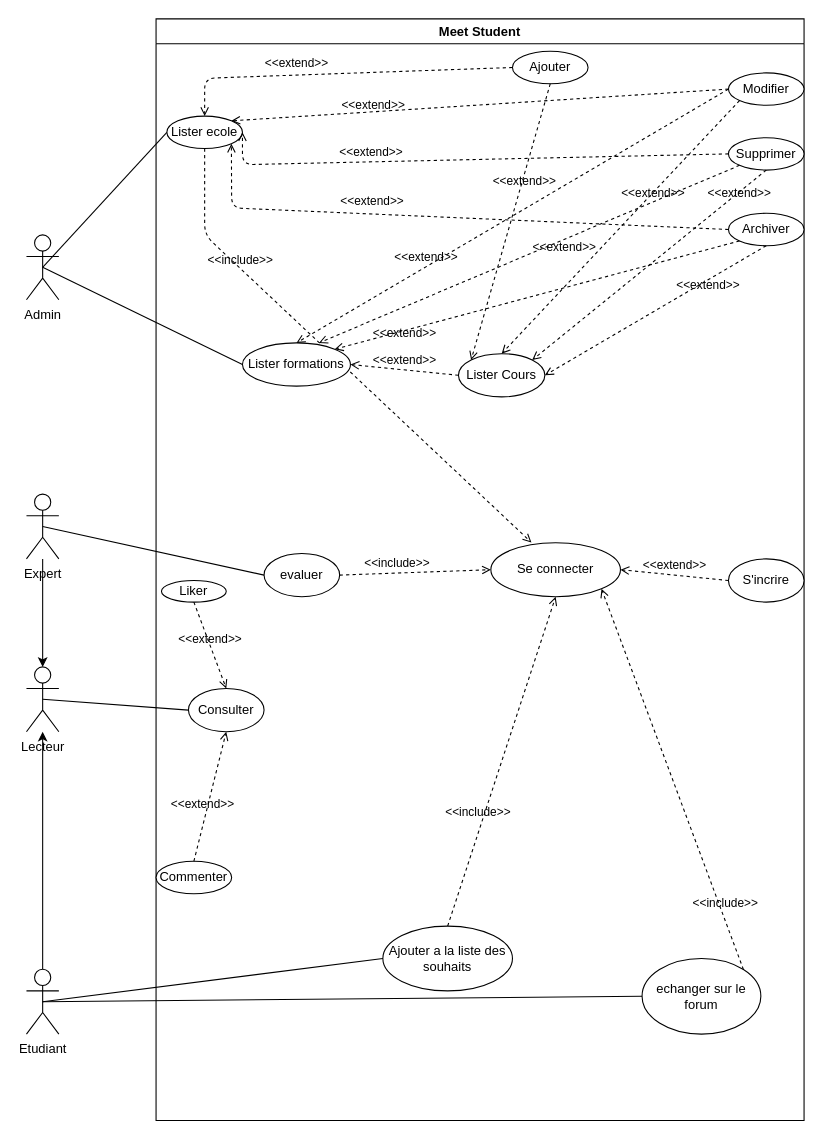
Before: UseCaseDiagram.drawio in ibrahima-isi/meet-student, a draw.io diagram. Source tidied: cells renumbered, new cells numbered last; positions are measured from the earlier drawing's top-left corner, leaving out a move shared by most shapes. Both pictures are drawn from the tidied source at 108%, with x=0, y=0 at pixel (26, 18).
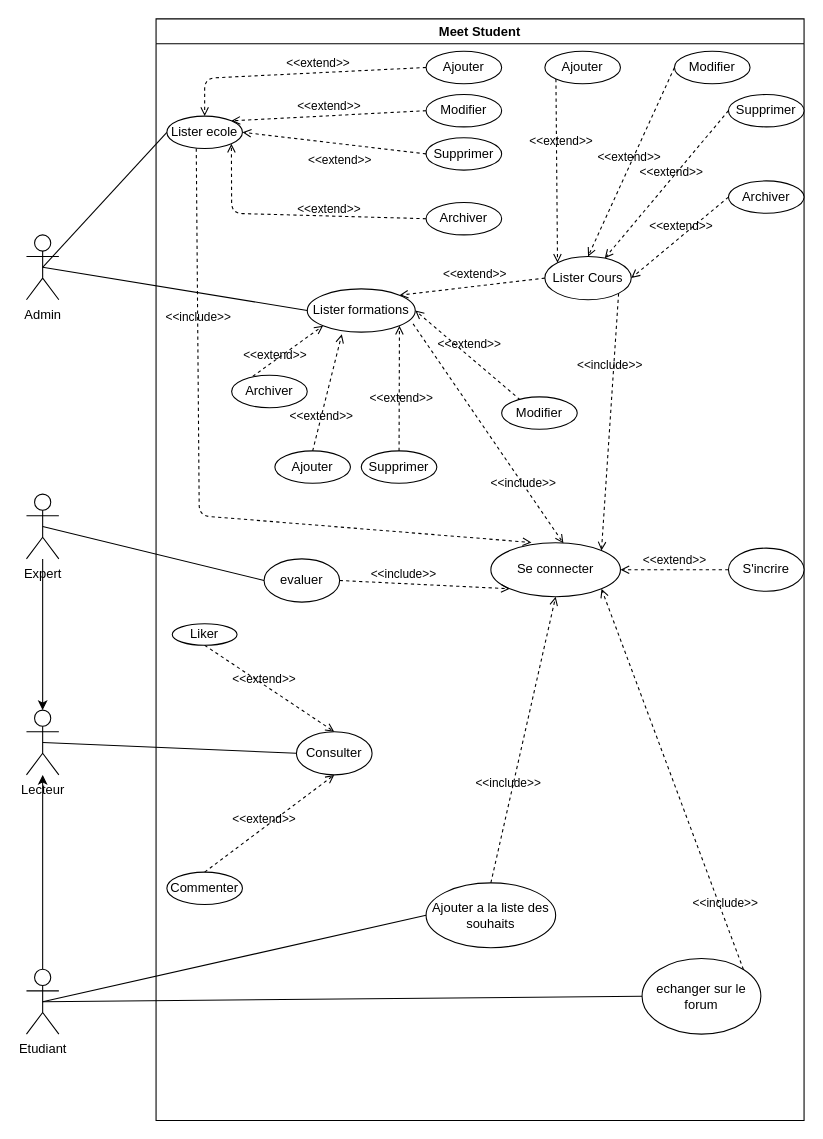
The same diagram, later.

Commit message (it also covers changes not shown here):
Updating the use case diagram: pdf and png file added

Unchanged cells that the change refers to:
```xml
<mxCell id="2" value="Meet Student" style="swimlane;whiteSpace=wrap;html=1;" parent="1" vertex="1">
  <mxGeometry x="120" width="600" height="1020" as="geometry" />
</mxCell>
<mxCell id="4" value="Se connecter" style="ellipse;whiteSpace=wrap;html=1;" parent="2" vertex="1">
  <mxGeometry x="310" y="485" width="120" height="50" as="geometry" />
</mxCell>
<mxCell id="8" value="Lister ecole" style="ellipse;whiteSpace=wrap;html=1;" parent="2" vertex="1">
  <mxGeometry x="10" y="90" width="70" height="30" as="geometry" />
</mxCell>
```

What changed in the source:
```diff
@@
     <mxCell id="3" value="Ajouter" style="ellipse;whiteSpace=wrap;html=1;" parent="2" vertex="1">
-      <mxGeometry x="330" y="30" width="70" height="30" as="geometry" />
+      <mxGeometry x="250" y="30" width="70" height="30" as="geometry" />
     </mxCell>
@@
     <mxCell id="5" value="Modifier" style="ellipse;whiteSpace=wrap;html=1;" parent="2" vertex="1">
-      <mxGeometry x="530" y="50" width="70" height="30" as="geometry" />
+      <mxGeometry x="250" y="70" width="70" height="30" as="geometry" />
     </mxCell>
     <mxCell id="6" value="Supprimer" style="ellipse;whiteSpace=wrap;html=1;" parent="2" vertex="1">
-      <mxGeometry x="530" y="110" width="70" height="30" as="geometry" />
+      <mxGeometry x="250" y="110" width="70" height="30" as="geometry" />
     </mxCell>
     <mxCell id="7" value="Archiver" style="ellipse;whiteSpace=wrap;html=1;" parent="2" vertex="1">
-      <mxGeometry x="530" y="180" width="70" height="30" as="geometry" />
+      <mxGeometry x="250" y="170" width="70" height="30" as="geometry" />
     </mxCell>
@@
-    <mxCell id="9" value="&amp;lt;&amp;lt;include&amp;gt;&amp;gt;" style="html=1;verticalAlign=bottom;labelBackgroundColor=none;endArrow=open;endFill=0;dashed=1;exitX=0.5;exitY=1;exitDx=0;exitDy=0;entryX=0.313;entryY=-0.004;entryDx=0;entryDy=0;entryPerimeter=0;" parent="2" edge="1" source="8" target="4">
+    <mxCell id="9" value="&amp;lt;&amp;lt;include&amp;gt;&amp;gt;" style="html=1;verticalAlign=bottom;labelBackgroundColor=none;endArrow=open;endFill=0;dashed=1;exitX=0.389;exitY=1;exitDx=0;exitDy=0;entryX=0.313;entryY=-0.004;entryDx=0;entryDy=0;entryPerimeter=0;exitPerimeter=0;" parent="2" edge="1" source="8" target="4">
       <mxGeometry x="-0.49" relative="1" as="geometry">
         <Array as="points">
-          <mxPoint x="45" y="200" />
+          <mxPoint x="40" y="460" />
         </Array>
       </mxGeometry>
     </mxCell>
     <mxCell id="10" value="Consulter" style="ellipse;whiteSpace=wrap;html=1;" parent="2" vertex="1">
-      <mxGeometry x="30" y="620" width="70" height="40" as="geometry" />
+      <mxGeometry x="130" y="660" width="70" height="40" as="geometry" />
     </mxCell>
     <mxCell id="11" value="Ajouter a la liste des souhaits" style="ellipse;whiteSpace=wrap;html=1;" parent="2" vertex="1">
-      <mxGeometry x="210" y="840" width="120" height="60" as="geometry" />
+      <mxGeometry x="250" y="800" width="120" height="60" as="geometry" />
     </mxCell>
     <mxCell id="12" value="evaluer" style="ellipse;whiteSpace=wrap;html=1;" parent="2" vertex="1">
-      <mxGeometry x="100" y="495" width="70" height="40" as="geometry" />
+      <mxGeometry x="100" y="500" width="70" height="40" as="geometry" />
     </mxCell>
     <mxCell id="13" value="S'incrire" style="ellipse;whiteSpace=wrap;html=1;" parent="2" vertex="1">
-      <mxGeometry x="530" y="500" width="70" height="40" as="geometry" />
+      <mxGeometry x="530" y="490" width="70" height="40" as="geometry" />
     </mxCell>
@@
     <mxCell id="16" value="&amp;lt;&amp;lt;extend&amp;gt;&amp;gt;" style="html=1;verticalAlign=bottom;labelBackgroundColor=none;endArrow=open;endFill=0;dashed=1;exitX=0;exitY=0.5;exitDx=0;exitDy=0;entryX=0.5;entryY=0;entryDx=0;entryDy=0;" parent="2" edge="1" source="3" target="8">
-      <mxGeometry x="0.25" y="-2" relative="1" as="geometry">
+      <mxGeometry x="-0.17" relative="1" as="geometry">
         <Array as="points">
           <mxPoint x="45" y="55" />
         </Array>
       </mxGeometry>
     </mxCell>
     <mxCell id="17" value="&amp;lt;&amp;lt;extend&amp;gt;&amp;gt;" style="html=1;verticalAlign=bottom;labelBackgroundColor=none;endArrow=open;endFill=0;dashed=1;entryX=1;entryY=0;entryDx=0;entryDy=0;exitX=0;exitY=0.5;exitDx=0;exitDy=0;" parent="2" edge="1" source="5" target="8">
-      <mxGeometry x="0.43" y="3" relative="1" as="geometry" />
+      <mxGeometry relative="1" as="geometry" />
     </mxCell>
     <mxCell id="18" value="&amp;lt;&amp;lt;extend&amp;gt;&amp;gt;" style="html=1;verticalAlign=bottom;labelBackgroundColor=none;endArrow=open;endFill=0;dashed=1;entryX=1;entryY=0.5;entryDx=0;entryDy=0;exitX=0;exitY=0.5;exitDx=0;exitDy=0;" parent="2" edge="1" source="6" target="8">
-      <mxGeometry x="0.38" relative="1" as="geometry">
-        <Array as="points">
-          <mxPoint x="80" y="135" />
-        </Array>
-      </mxGeometry>
+      <mxGeometry x="-0.09" y="24" relative="1" as="geometry" />
     </mxCell>
     <mxCell id="19" value="&amp;lt;&amp;lt;extend&amp;gt;&amp;gt;" style="html=1;verticalAlign=bottom;labelBackgroundColor=none;endArrow=open;endFill=0;dashed=1;entryX=1;entryY=1;entryDx=0;entryDy=0;exitX=0;exitY=0.5;exitDx=0;exitDy=0;" parent="2" edge="1" source="7" target="8">
-      <mxGeometry x="0.27" y="-3" relative="1" as="geometry">
+      <mxGeometry x="-0.26" y="2" relative="1" as="geometry">
         <Array as="points">
-          <mxPoint x="70" y="175" />
+          <mxPoint x="70" y="180" />
         </Array>
       </mxGeometry>
     </mxCell>
-    <mxCell id="20" value="&amp;lt;&amp;lt;include&amp;gt;&amp;gt;" style="html=1;verticalAlign=bottom;labelBackgroundColor=none;endArrow=open;endFill=0;dashed=1;exitX=1;exitY=0.5;exitDx=0;exitDy=0;entryX=0;entryY=0.5;entryDx=0;entryDy=0;" parent="2" edge="1" source="12" target="4">
+    <mxCell id="20" value="&amp;lt;&amp;lt;include&amp;gt;&amp;gt;" style="html=1;verticalAlign=bottom;labelBackgroundColor=none;endArrow=open;endFill=0;dashed=1;exitX=1;exitY=0.5;exitDx=0;exitDy=0;entryX=0;entryY=1;entryDx=0;entryDy=0;" parent="2" edge="1" source="12" target="4">
       <mxGeometry x="-0.25" relative="1" as="geometry" />
     </mxCell>
@@
     <mxCell id="23" value="Commenter" style="ellipse;whiteSpace=wrap;html=1;" parent="2" vertex="1">
-      <mxGeometry y="780" width="70" height="30" as="geometry" />
+      <mxGeometry x="10" y="790" width="70" height="30" as="geometry" />
     </mxCell>
     <mxCell id="24" value="Liker" style="ellipse;whiteSpace=wrap;html=1;" parent="2" vertex="1">
-      <mxGeometry x="5" y="520" width="60" height="20" as="geometry" />
+      <mxGeometry x="15" y="560" width="60" height="20" as="geometry" />
     </mxCell>
     <mxCell id="25" value="&amp;lt;&amp;lt;extend&amp;gt;&amp;gt;" style="html=1;verticalAlign=bottom;labelBackgroundColor=none;endArrow=open;endFill=0;dashed=1;exitX=0.5;exitY=1;exitDx=0;exitDy=0;entryX=0.5;entryY=0;entryDx=0;entryDy=0;" parent="2" edge="1" source="24" target="10">
-      <mxGeometry x="0.07" y="-1" relative="1" as="geometry" />
+      <mxGeometry x="-0.06" y="-3" relative="1" as="geometry" />
     </mxCell>
     <mxCell id="26" value="&amp;lt;&amp;lt;extend&amp;gt;&amp;gt;" style="html=1;verticalAlign=bottom;labelBackgroundColor=none;endArrow=open;endFill=0;dashed=1;exitX=0.5;exitY=0;exitDx=0;exitDy=0;entryX=0.5;entryY=1;entryDx=0;entryDy=0;" parent="2" edge="1" source="23" target="10">
-      <mxGeometry x="-0.27" y="3" relative="1" as="geometry" />
+      <mxGeometry x="-0.09" y="-1" relative="1" as="geometry" />
     </mxCell>
     <mxCell id="27" value="Lister formations" style="ellipse;whiteSpace=wrap;html=1;" parent="2" vertex="1">
-      <mxGeometry x="80" y="300" width="100" height="40" as="geometry" />
+      <mxGeometry x="140" y="250" width="100" height="40" as="geometry" />
     </mxCell>
     <mxCell id="28" value="Lister Cours" style="ellipse;whiteSpace=wrap;html=1;" parent="2" vertex="1">
-      <mxGeometry x="280" y="310" width="80" height="40" as="geometry" />
+      <mxGeometry x="360" y="220" width="80" height="40" as="geometry" />
     </mxCell>
-    <mxCell id="29" value="&amp;lt;&amp;lt;extend&amp;gt;&amp;gt;" style="html=1;verticalAlign=bottom;labelBackgroundColor=none;endArrow=open;endFill=0;dashed=1;entryX=1;entryY=0.5;entryDx=0;entryDy=0;exitX=0;exitY=0.5;exitDx=0;exitDy=0;" parent="2" edge="1" source="28" target="27">
-      <mxGeometry relative="1" as="geometry" />
+    <mxCell id="29" value="&amp;lt;&amp;lt;extend&amp;gt;&amp;gt;" style="html=1;verticalAlign=bottom;labelBackgroundColor=none;endArrow=open;endFill=0;dashed=1;exitX=0;exitY=0.5;exitDx=0;exitDy=0;entryX=1;entryY=0;entryDx=0;entryDy=0;" parent="2" edge="1" source="28" target="27">
+      <mxGeometry x="-0.04" y="-2" relative="1" as="geometry">
+        <mxPoint y="-1" as="offset" />
+      </mxGeometry>
     </mxCell>
-    <mxCell id="30" value="&amp;lt;&amp;lt;extend&amp;gt;&amp;gt;" style="html=1;verticalAlign=bottom;labelBackgroundColor=none;endArrow=open;endFill=0;dashed=1;entryX=1;entryY=0.5;entryDx=0;entryDy=0;exitX=0.5;exitY=1;exitDx=0;exitDy=0;" parent="2" edge="1" source="7" target="28">
-      <mxGeometry x="-0.41" y="12" relative="1" as="geometry" />
-    </mxCell>
-    <mxCell id="31" value="&amp;lt;&amp;lt;extend&amp;gt;&amp;gt;" style="html=1;verticalAlign=bottom;labelBackgroundColor=none;endArrow=open;endFill=0;dashed=1;entryX=1;entryY=0;entryDx=0;entryDy=0;exitX=0.5;exitY=1;exitDx=0;exitDy=0;" parent="2" edge="1" source="6" target="28">
-      <mxGeometry x="-0.73" y="8" relative="1" as="geometry">
-        <mxPoint x="-1" as="offset" />
-      </mxGeometry>
+    <mxCell id="31" value="&amp;lt;&amp;lt;extend&amp;gt;&amp;gt;" style="html=1;verticalAlign=bottom;labelBackgroundColor=none;endArrow=open;endFill=0;dashed=1;exitX=0;exitY=0.5;exitDx=0;exitDy=0;entryX=0.5;entryY=0;entryDx=0;entryDy=0;" parent="2" edge="1" source="55" target="28">
+      <mxGeometry x="0.05" relative="1" as="geometry" />
     </mxCell>
-    <mxCell id="32" value="&amp;lt;&amp;lt;extend&amp;gt;&amp;gt;" style="html=1;verticalAlign=bottom;labelBackgroundColor=none;endArrow=open;endFill=0;dashed=1;entryX=0.5;entryY=0;entryDx=0;entryDy=0;exitX=0;exitY=1;exitDx=0;exitDy=0;" parent="2" edge="1" source="5" target="28">
-      <mxGeometry x="-0.23" y="6" relative="1" as="geometry" />
+    <mxCell id="32" value="&amp;lt;&amp;lt;extend&amp;gt;&amp;gt;" style="html=1;verticalAlign=bottom;labelBackgroundColor=none;endArrow=open;endFill=0;dashed=1;exitX=0;exitY=0.5;exitDx=0;exitDy=0;" parent="2" edge="1" source="54" target="28">
+      <mxGeometry x="-0.05" y="2" relative="1" as="geometry" />
     </mxCell>
-    <mxCell id="33" value="&amp;lt;&amp;lt;extend&amp;gt;&amp;gt;" style="html=1;verticalAlign=bottom;labelBackgroundColor=none;endArrow=open;endFill=0;dashed=1;entryX=0;entryY=0;entryDx=0;entryDy=0;exitX=0.5;exitY=1;exitDx=0;exitDy=0;" parent="2" edge="1" source="3" target="28">
+    <mxCell id="33" value="&amp;lt;&amp;lt;extend&amp;gt;&amp;gt;" style="html=1;verticalAlign=bottom;labelBackgroundColor=none;endArrow=open;endFill=0;dashed=1;entryX=0;entryY=0;entryDx=0;entryDy=0;exitX=0;exitY=1;exitDx=0;exitDy=0;" parent="2" edge="1" source="56" target="28">
       <mxGeometry x="-0.23" y="4" relative="1" as="geometry" />
     </mxCell>
-    <mxCell id="34" value="&amp;lt;&amp;lt;extend&amp;gt;&amp;gt;" style="html=1;verticalAlign=bottom;labelBackgroundColor=none;endArrow=open;endFill=0;dashed=1;entryX=1;entryY=0;entryDx=0;entryDy=0;exitX=0;exitY=1;exitDx=0;exitDy=0;" parent="2" edge="1" source="7" target="27">
-      <mxGeometry x="0.67" y="11" relative="1" as="geometry" />
+    <mxCell id="34" value="&amp;lt;&amp;lt;extend&amp;gt;&amp;gt;" style="html=1;verticalAlign=bottom;labelBackgroundColor=none;endArrow=open;endFill=0;dashed=1;entryX=0;entryY=1;entryDx=0;entryDy=0;exitX=0;exitY=0.5;exitDx=0;exitDy=0;" parent="2" edge="1" source="51" target="27">
+      <mxGeometry x="-0.1" y="-3" relative="1" as="geometry" />
     </mxCell>
-    <mxCell id="35" value="&amp;lt;&amp;lt;extend&amp;gt;&amp;gt;" style="html=1;verticalAlign=bottom;labelBackgroundColor=none;endArrow=open;endFill=0;dashed=1;entryX=0.708;entryY=0;entryDx=0;entryDy=0;exitX=0;exitY=1;exitDx=0;exitDy=0;entryPerimeter=0;" parent="2" edge="1" source="6" target="27">
-      <mxGeometry x="-0.14" y="15" relative="1" as="geometry" />
+    <mxCell id="35" value="&amp;lt;&amp;lt;extend&amp;gt;&amp;gt;" style="html=1;verticalAlign=bottom;labelBackgroundColor=none;endArrow=open;endFill=0;dashed=1;entryX=1;entryY=1;entryDx=0;entryDy=0;exitX=0.5;exitY=0;exitDx=0;exitDy=0;" parent="2" edge="1" source="50" target="27">
+      <mxGeometry x="-0.31" y="-2" relative="1" as="geometry" />
     </mxCell>
-    <mxCell id="36" value="&amp;lt;&amp;lt;extend&amp;gt;&amp;gt;" style="html=1;verticalAlign=bottom;labelBackgroundColor=none;endArrow=open;endFill=0;dashed=1;exitX=0;exitY=0.5;exitDx=0;exitDy=0;entryX=0.5;entryY=0;entryDx=0;entryDy=0;" parent="2" edge="1" source="5" target="27">
-      <mxGeometry x="0.4" relative="1" as="geometry" />
+    <mxCell id="36" value="&amp;lt;&amp;lt;extend&amp;gt;&amp;gt;" style="html=1;verticalAlign=bottom;labelBackgroundColor=none;endArrow=open;endFill=0;dashed=1;exitX=0.246;exitY=0.093;exitDx=0;exitDy=0;entryX=1;entryY=0.5;entryDx=0;entryDy=0;exitPerimeter=0;" parent="2" edge="1" source="49" target="27">
+      <mxGeometry y="-2" relative="1" as="geometry" />
     </mxCell>
+    <mxCell id="49" value="Modifier" style="ellipse;whiteSpace=wrap;html=1;" parent="2" vertex="1">
+      <mxGeometry x="320" y="350" width="70" height="30" as="geometry" />
+    </mxCell>
+    <mxCell id="50" value="Supprimer" style="ellipse;whiteSpace=wrap;html=1;" parent="2" vertex="1">
+      <mxGeometry x="190" y="400" width="70" height="30" as="geometry" />
+    </mxCell>
+    <mxCell id="51" value="Archiver" style="ellipse;whiteSpace=wrap;html=1;" parent="2" vertex="1">
+      <mxGeometry x="70" y="330" width="70" height="30" as="geometry" />
+    </mxCell>
+    <mxCell id="52" value="Ajouter" style="ellipse;whiteSpace=wrap;html=1;" parent="2" vertex="1">
+      <mxGeometry x="110" y="400" width="70" height="30" as="geometry" />
+    </mxCell>
+    <mxCell id="53" value="&amp;lt;&amp;lt;extend&amp;gt;&amp;gt;" style="html=1;verticalAlign=bottom;labelBackgroundColor=none;endArrow=open;endFill=0;dashed=1;entryX=0.32;entryY=1.05;entryDx=0;entryDy=0;exitX=0.5;exitY=0;exitDx=0;exitDy=0;entryPerimeter=0;" parent="2" edge="1" source="52" target="27">
+      <mxGeometry x="-0.57" y="-2" relative="1" as="geometry" />
+    </mxCell>
+    <mxCell id="54" value="Supprimer" style="ellipse;whiteSpace=wrap;html=1;" parent="2" vertex="1">
+      <mxGeometry x="530" y="70" width="70" height="30" as="geometry" />
+    </mxCell>
+    <mxCell id="55" value="Modifier" style="ellipse;whiteSpace=wrap;html=1;" parent="2" vertex="1">
+      <mxGeometry x="480" y="30" width="70" height="30" as="geometry" />
+    </mxCell>
+    <mxCell id="56" value="Ajouter" style="ellipse;whiteSpace=wrap;html=1;" parent="2" vertex="1">
+      <mxGeometry x="360" y="30" width="70" height="30" as="geometry" />
+    </mxCell>
+    <mxCell id="57" value="Archiver" style="ellipse;whiteSpace=wrap;html=1;" parent="2" vertex="1">
+      <mxGeometry x="530" y="150" width="70" height="30" as="geometry" />
+    </mxCell>
+    <mxCell id="30" value="&amp;lt;&amp;lt;extend&amp;gt;&amp;gt;" style="html=1;verticalAlign=bottom;labelBackgroundColor=none;endArrow=open;endFill=0;dashed=1;entryX=1;entryY=0.5;entryDx=0;entryDy=0;exitX=0;exitY=0.5;exitDx=0;exitDy=0;" parent="2" edge="1" source="57" target="28">
+      <mxGeometry x="-0.03" y="-1" relative="1" as="geometry" />
+    </mxCell>
+    <mxCell id="58" value="&amp;lt;&amp;lt;include&amp;gt;&amp;gt;" style="html=1;verticalAlign=bottom;labelBackgroundColor=none;endArrow=open;endFill=0;dashed=1;exitX=1;exitY=1;exitDx=0;exitDy=0;entryX=1;entryY=0;entryDx=0;entryDy=0;" parent="2" edge="1" source="28" target="4">
+      <mxGeometry x="-0.36" y="-3" relative="1" as="geometry" />
+    </mxCell>
+    <mxCell id="59" value="&amp;lt;&amp;lt;include&amp;gt;&amp;gt;" style="html=1;verticalAlign=bottom;labelBackgroundColor=none;endArrow=open;endFill=0;dashed=1;exitX=0.98;exitY=0.81;exitDx=0;exitDy=0;entryX=0.56;entryY=0.012;entryDx=0;entryDy=0;exitPerimeter=0;entryPerimeter=0;" parent="2" edge="1" source="27" target="4">
+      <mxGeometry x="0.52" y="-5" relative="1" as="geometry" />
+    </mxCell>
@@
     <mxCell id="40" value="Lecteur" style="shape=umlActor;verticalLabelPosition=bottom;verticalAlign=top;html=1;outlineConnect=0;" parent="1" vertex="1">
-      <mxGeometry y="600" width="30" height="60" as="geometry" />
+      <mxGeometry y="640" width="30" height="60" as="geometry" />
     </mxCell>
```
